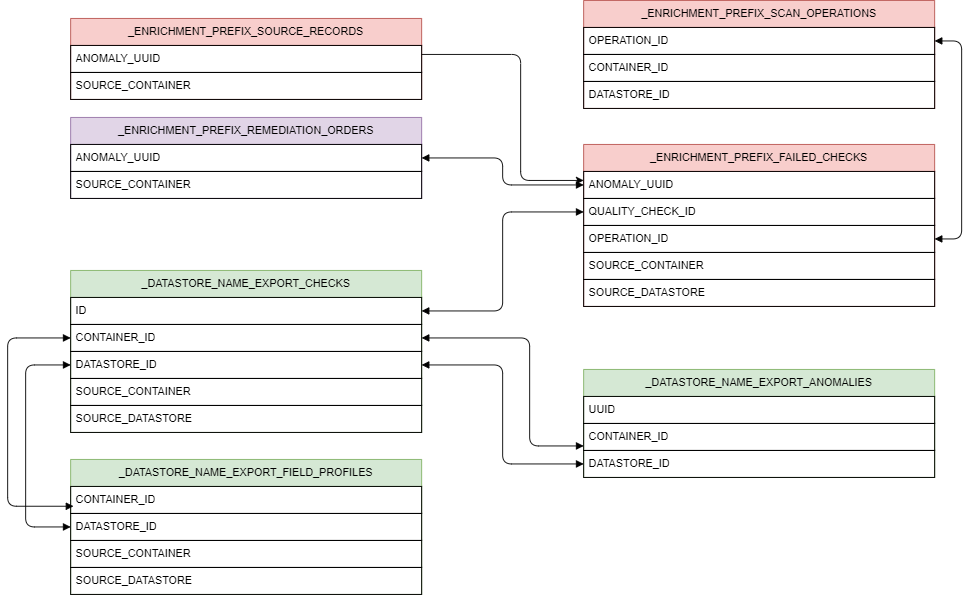
The draw.io diagram docs/assets/enrichment/diagram-light.png in Qualytics/userguide, before a commit. Source tidied: cells renumbered, new cells last; positions are measured from the earlier drawing's top-left corner, leaving out a move shared by most shapes. The source it was exported from:
```xml
<mxGraphModel>
  <root>
    <mxCell id="0" />
    <mxCell id="1" parent="0" />
    <mxCell id="2" value="_DATASTORE_NAME_EXPORT_CHECKS" style="swimlane;fontStyle=0;horizontal=1;startSize=30;swimlaneLine=1;fillColor=#d5e8d4;whiteSpace=wrap;html=1;swimlaneHead=1;strokeColor=#82b366;" parent="1" vertex="1">
      <mxGeometry x="70" y="300" width="390" height="180" as="geometry" />
    </mxCell>
    <mxCell id="3" value="ID" style="text;strokeColor=default;fillColor=none;align=left;verticalAlign=middle;spacingLeft=4;spacingRight=4;overflow=hidden;points=[[0,0.5],[1,0.5]];portConstraint=eastwest;whiteSpace=wrap;html=1;" parent="2" vertex="1">
      <mxGeometry y="30" width="390" height="30" as="geometry" />
    </mxCell>
    <mxCell id="4" value="CONTAINER_ID" style="text;strokeColor=default;fillColor=none;align=left;verticalAlign=middle;spacingLeft=4;spacingRight=4;overflow=hidden;points=[[0,0.5],[1,0.5]];portConstraint=eastwest;whiteSpace=wrap;html=1;" parent="2" vertex="1">
      <mxGeometry y="60" width="390" height="30" as="geometry" />
    </mxCell>
    <mxCell id="5" value="DATASTORE_ID" style="text;strokeColor=default;fillColor=none;align=left;verticalAlign=middle;spacingLeft=4;spacingRight=4;overflow=hidden;points=[[0,0.5],[1,0.5]];portConstraint=eastwest;whiteSpace=wrap;html=1;" parent="2" vertex="1">
      <mxGeometry y="90" width="390" height="30" as="geometry" />
    </mxCell>
    <mxCell id="6" value="SOURCE_CONTAINER" style="text;strokeColor=default;fillColor=none;align=left;verticalAlign=middle;spacingLeft=4;spacingRight=4;overflow=hidden;points=[[0,0.5],[1,0.5]];portConstraint=eastwest;whiteSpace=wrap;html=1;" parent="2" vertex="1">
      <mxGeometry y="120" width="390" height="30" as="geometry" />
    </mxCell>
    <mxCell id="7" value="SOURCE_DATASTORE" style="text;strokeColor=default;fillColor=none;align=left;verticalAlign=middle;spacingLeft=4;spacingRight=4;overflow=hidden;whiteSpace=wrap;html=1;" parent="2" vertex="1">
      <mxGeometry y="150" width="390" height="30" as="geometry" />
    </mxCell>
    <mxCell id="8" value="_DATASTORE_NAME_EXPORT_FIELD_PROFILES" style="swimlane;fontStyle=0;horizontal=1;startSize=30;swimlaneLine=1;fillColor=#d5e8d4;whiteSpace=wrap;html=1;swimlaneHead=1;strokeColor=#82b366;" parent="1" vertex="1">
      <mxGeometry x="70" y="510" width="390" height="150" as="geometry" />
    </mxCell>
    <mxCell id="9" value="CONTAINER_ID" style="text;strokeColor=default;fillColor=none;align=left;verticalAlign=middle;spacingLeft=4;spacingRight=4;overflow=hidden;points=[[0,0.5],[1,0.5]];portConstraint=eastwest;whiteSpace=wrap;html=1;" parent="8" vertex="1">
      <mxGeometry y="30" width="390" height="30" as="geometry" />
    </mxCell>
    <mxCell id="10" value="DATASTORE_ID" style="text;strokeColor=default;fillColor=none;align=left;verticalAlign=middle;spacingLeft=4;spacingRight=4;overflow=hidden;points=[[0,0.5],[1,0.5]];portConstraint=eastwest;whiteSpace=wrap;html=1;" parent="8" vertex="1">
      <mxGeometry y="60" width="390" height="30" as="geometry" />
    </mxCell>
    <mxCell id="11" value="SOURCE_CONTAINER" style="text;strokeColor=default;fillColor=none;align=left;verticalAlign=middle;spacingLeft=4;spacingRight=4;overflow=hidden;whiteSpace=wrap;html=1;" parent="8" vertex="1">
      <mxGeometry y="90" width="390" height="30" as="geometry" />
    </mxCell>
    <mxCell id="12" value="SOURCE_DATASTORE" style="text;strokeColor=default;fillColor=none;align=left;verticalAlign=middle;spacingLeft=4;spacingRight=4;overflow=hidden;whiteSpace=wrap;html=1;" parent="8" vertex="1">
      <mxGeometry y="120" width="390" height="30" as="geometry" />
    </mxCell>
    <mxCell id="13" value="_DATASTORE_NAME_EXPORT_ANOMALIES" style="swimlane;fontStyle=0;horizontal=1;startSize=30;swimlaneLine=1;fillColor=#d5e8d4;whiteSpace=wrap;html=1;swimlaneHead=1;strokeColor=#82b366;" parent="1" vertex="1">
      <mxGeometry x="640" y="410" width="390" height="120" as="geometry" />
    </mxCell>
    <mxCell id="14" value="UUID" style="text;strokeColor=default;fillColor=none;align=left;verticalAlign=middle;spacingLeft=4;spacingRight=4;overflow=hidden;whiteSpace=wrap;html=1;" parent="13" vertex="1">
      <mxGeometry y="30" width="390" height="30" as="geometry" />
    </mxCell>
    <mxCell id="15" value="CONTAINER_ID" style="text;strokeColor=default;fillColor=none;align=left;verticalAlign=middle;spacingLeft=4;spacingRight=4;overflow=hidden;points=[[0,0.5],[1,0.5]];portConstraint=eastwest;whiteSpace=wrap;html=1;" parent="13" vertex="1">
      <mxGeometry y="60" width="390" height="30" as="geometry" />
    </mxCell>
    <mxCell id="16" value="DATASTORE_ID" style="text;strokeColor=default;fillColor=none;align=left;verticalAlign=middle;spacingLeft=4;spacingRight=4;overflow=hidden;points=[[0,0.5],[1,0.5]];portConstraint=eastwest;whiteSpace=wrap;html=1;" parent="13" vertex="1">
      <mxGeometry y="90" width="390" height="30" as="geometry" />
    </mxCell>
    <mxCell id="17" value="_ENRICHMENT_PREFIX_SOURCE_RECORDS" style="swimlane;fontStyle=0;horizontal=1;startSize=30;swimlaneLine=1;fillColor=#f8cecc;whiteSpace=wrap;html=1;swimlaneHead=1;strokeColor=#b85450;" parent="1" vertex="1">
      <mxGeometry x="70" y="20" width="390" height="90" as="geometry" />
    </mxCell>
    <mxCell id="18" value="ANOMALY_UUID" style="text;strokeColor=default;fillColor=none;align=left;verticalAlign=middle;spacingLeft=4;spacingRight=4;overflow=hidden;whiteSpace=wrap;html=1;" parent="17" vertex="1">
      <mxGeometry y="30" width="390" height="30" as="geometry" />
    </mxCell>
    <mxCell id="19" value="SOURCE_CONTAINER" style="text;strokeColor=default;fillColor=none;align=left;verticalAlign=middle;spacingLeft=4;spacingRight=4;overflow=hidden;whiteSpace=wrap;html=1;" parent="17" vertex="1">
      <mxGeometry y="60" width="390" height="30" as="geometry" />
    </mxCell>
    <mxCell id="20" value="_ENRICHMENT_PREFIX_REMEDIATION_ORDERS" style="swimlane;fontStyle=0;horizontal=1;startSize=30;swimlaneLine=1;fillColor=#e1d5e7;whiteSpace=wrap;html=1;swimlaneHead=1;strokeColor=#9673a6;" parent="1" vertex="1">
      <mxGeometry x="70" y="130" width="390" height="90" as="geometry" />
    </mxCell>
    <mxCell id="21" value="ANOMALY_UUID" style="text;strokeColor=default;fillColor=none;align=left;verticalAlign=middle;spacingLeft=4;spacingRight=4;overflow=hidden;points=[[0,0.5],[1,0.5]];portConstraint=eastwest;whiteSpace=wrap;html=1;" parent="20" vertex="1">
      <mxGeometry y="30" width="390" height="30" as="geometry" />
    </mxCell>
    <mxCell id="22" value="SOURCE_CONTAINER" style="text;strokeColor=default;fillColor=none;align=left;verticalAlign=middle;spacingLeft=4;spacingRight=4;overflow=hidden;whiteSpace=wrap;html=1;" parent="20" vertex="1">
      <mxGeometry y="60" width="390" height="30" as="geometry" />
    </mxCell>
    <mxCell id="23" value="_ENRICHMENT_PREFIX_FAILED_CHECKS" style="swimlane;fontStyle=0;horizontal=1;startSize=30;swimlaneLine=1;fillColor=#f8cecc;whiteSpace=wrap;html=1;swimlaneHead=1;strokeColor=#b85450;" parent="1" vertex="1">
      <mxGeometry x="640" y="160" width="390" height="180" as="geometry" />
    </mxCell>
    <mxCell id="24" value="ANOMALY_UUID" style="text;strokeColor=default;fillColor=none;align=left;verticalAlign=middle;spacingLeft=4;spacingRight=4;overflow=hidden;points=[[0,0.5],[1,0.5]];portConstraint=eastwest;whiteSpace=wrap;html=1;" parent="23" vertex="1">
      <mxGeometry y="30" width="390" height="30" as="geometry" />
    </mxCell>
    <mxCell id="25" value="QUALITY_CHECK_ID" style="text;strokeColor=default;fillColor=none;align=left;verticalAlign=middle;spacingLeft=4;spacingRight=4;overflow=hidden;points=[[0,0.5],[1,0.5]];portConstraint=eastwest;whiteSpace=wrap;html=1;" parent="23" vertex="1">
      <mxGeometry y="60" width="390" height="30" as="geometry" />
    </mxCell>
    <mxCell id="26" value="OPERATION_ID" style="text;strokeColor=default;fillColor=none;align=left;verticalAlign=middle;spacingLeft=4;spacingRight=4;overflow=hidden;points=[[0,0.5],[1,0.5]];portConstraint=eastwest;whiteSpace=wrap;html=1;" parent="23" vertex="1">
      <mxGeometry y="90" width="390" height="30" as="geometry" />
    </mxCell>
    <mxCell id="27" value="SOURCE_CONTAINER" style="text;strokeColor=default;fillColor=none;align=left;verticalAlign=middle;spacingLeft=4;spacingRight=4;overflow=hidden;whiteSpace=wrap;html=1;" parent="23" vertex="1">
      <mxGeometry y="120" width="390" height="30" as="geometry" />
    </mxCell>
    <mxCell id="28" value="SOURCE_DATASTORE" style="text;strokeColor=default;fillColor=none;align=left;verticalAlign=middle;spacingLeft=4;spacingRight=4;overflow=hidden;whiteSpace=wrap;html=1;" parent="23" vertex="1">
      <mxGeometry y="150" width="390" height="30" as="geometry" />
    </mxCell>
    <mxCell id="29" style="edgeStyle=orthogonalEdgeStyle;rounded=1;jettySize=auto;html=1;entryX=0.008;entryY=0.733;entryDx=0;entryDy=0;entryPerimeter=0;startArrow=block;startFill=1;endArrow=block;endFill=1;" parent="1" edge="1" source="4" target="9">
      <mxGeometry relative="1" as="geometry">
        <Array as="points">
          <mxPoint y="375" />
          <mxPoint y="562" />
        </Array>
      </mxGeometry>
    </mxCell>
    <mxCell id="30" style="edgeStyle=orthogonalEdgeStyle;rounded=1;jettySize=auto;html=1;entryX=0;entryY=0.5;entryDx=0;entryDy=0;startArrow=block;startFill=1;endArrow=block;endFill=1;" parent="1" edge="1" source="5" target="10">
      <mxGeometry relative="1" as="geometry">
        <Array as="points">
          <mxPoint x="20" y="405" />
          <mxPoint x="20" y="585" />
        </Array>
      </mxGeometry>
    </mxCell>
    <mxCell id="31" style="edgeStyle=orthogonalEdgeStyle;rounded=1;jettySize=auto;html=1;entryX=1;entryY=0.5;entryDx=0;entryDy=0;startArrow=block;startFill=1;endArrow=block;endFill=1;" parent="1" edge="1" source="15" target="4">
      <mxGeometry relative="1" as="geometry">
        <Array as="points">
          <mxPoint x="580" y="495" />
          <mxPoint x="580" y="375" />
        </Array>
      </mxGeometry>
    </mxCell>
    <mxCell id="32" style="edgeStyle=orthogonalEdgeStyle;rounded=1;jettySize=auto;html=1;entryX=1;entryY=0.5;entryDx=0;entryDy=0;startArrow=block;startFill=1;endArrow=block;endFill=1;" parent="1" edge="1" source="16" target="5">
      <mxGeometry relative="1" as="geometry" />
    </mxCell>
    <mxCell id="33" value="_ENRICHMENT_PREFIX_SCAN_OPERATIONS" style="swimlane;fontStyle=0;horizontal=1;startSize=30;swimlaneLine=1;fillColor=#f8cecc;whiteSpace=wrap;html=1;swimlaneHead=1;strokeColor=#b85450;" parent="1" vertex="1">
      <mxGeometry x="640" width="390" height="120" as="geometry" />
    </mxCell>
    <mxCell id="34" value="OPERATION_ID" style="text;strokeColor=default;fillColor=none;align=left;verticalAlign=middle;spacingLeft=4;spacingRight=4;overflow=hidden;points=[[0,0.5],[1,0.5]];portConstraint=eastwest;whiteSpace=wrap;html=1;" parent="33" vertex="1">
      <mxGeometry y="30" width="390" height="30" as="geometry" />
    </mxCell>
    <mxCell id="35" value="CONTAINER_ID" style="text;strokeColor=default;fillColor=none;align=left;verticalAlign=middle;spacingLeft=4;spacingRight=4;overflow=hidden;whiteSpace=wrap;html=1;" parent="33" vertex="1">
      <mxGeometry y="60" width="390" height="30" as="geometry" />
    </mxCell>
    <mxCell id="36" value="DATASTORE_ID" style="text;strokeColor=default;fillColor=none;align=left;verticalAlign=middle;spacingLeft=4;spacingRight=4;overflow=hidden;whiteSpace=wrap;html=1;" parent="33" vertex="1">
      <mxGeometry y="90" width="390" height="30" as="geometry" />
    </mxCell>
    <mxCell id="37" style="edgeStyle=orthogonalEdgeStyle;rounded=1;jettySize=auto;html=1;entryX=1;entryY=0.5;entryDx=0;entryDy=0;startArrow=block;startFill=1;endArrow=block;endFill=1;" parent="1" edge="1" source="34" target="26">
      <mxGeometry relative="1" as="geometry">
        <Array as="points">
          <mxPoint x="1060" y="45" />
          <mxPoint x="1060" y="265" />
        </Array>
      </mxGeometry>
    </mxCell>
    <mxCell id="38" style="edgeStyle=orthogonalEdgeStyle;rounded=1;jettySize=auto;html=1;entryX=0;entryY=0.5;entryDx=0;entryDy=0;startArrow=block;startFill=1;endArrow=block;endFill=1;" parent="1" edge="1" source="3" target="25">
      <mxGeometry relative="1" as="geometry" />
    </mxCell>
    <mxCell id="39" style="edgeStyle=orthogonalEdgeStyle;rounded=1;jettySize=auto;html=1;entryX=0;entryY=0.5;entryDx=0;entryDy=0;startArrow=block;startFill=1;endArrow=block;endFill=1;" parent="1" edge="1" source="21" target="24">
      <mxGeometry relative="1" as="geometry" />
    </mxCell>
    <mxCell id="40" style="edgeStyle=orthogonalEdgeStyle;rounded=1;orthogonalLoop=1;jettySize=auto;html=1;" parent="1" edge="1">
      <mxGeometry relative="1" as="geometry">
        <mxPoint x="460" y="60" as="sourcePoint" />
        <mxPoint x="640" y="200" as="targetPoint" />
        <Array as="points">
          <mxPoint x="570" y="60" />
          <mxPoint x="570" y="200" />
        </Array>
      </mxGeometry>
    </mxCell>
  </root>
</mxGraphModel>
```
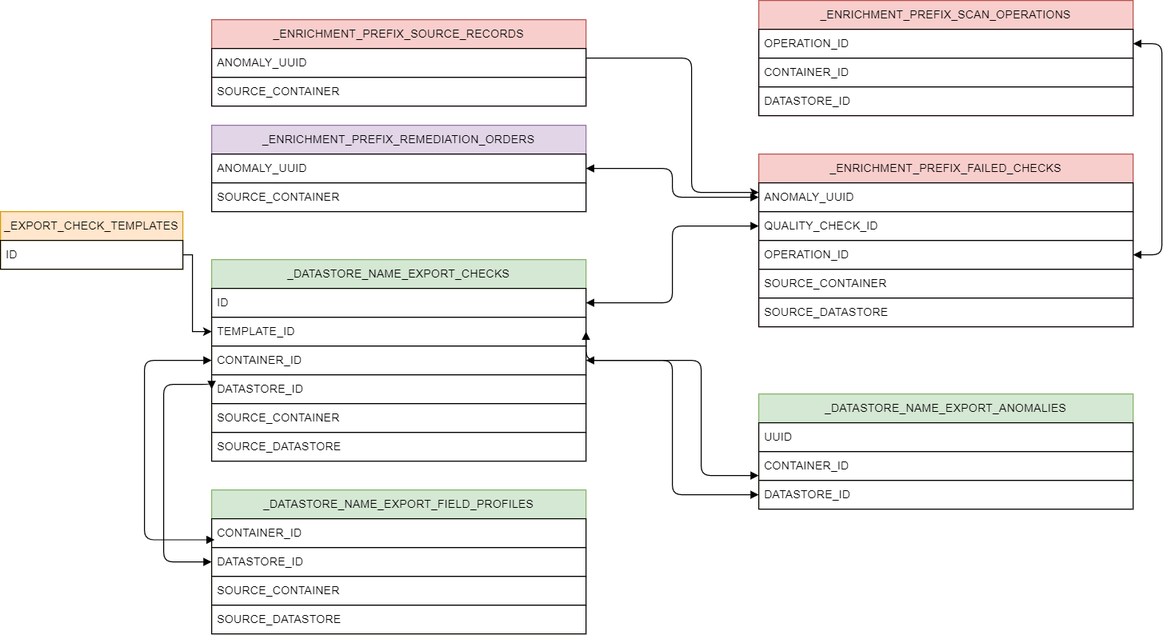
The same file after the commit.

Commit message:
Added new table for export check templates

The edit, as a diff of the source:
```diff
@@ -3,23 +3,26 @@
     <mxCell id="0" />
     <mxCell id="1" parent="0" />
     <mxCell id="2" value="_DATASTORE_NAME_EXPORT_CHECKS" style="swimlane;fontStyle=0;horizontal=1;startSize=30;swimlaneLine=1;fillColor=#d5e8d4;whiteSpace=wrap;html=1;swimlaneHead=1;strokeColor=#82b366;" parent="1" vertex="1">
-      <mxGeometry x="70" y="300" width="390" height="180" as="geometry" />
+      <mxGeometry x="70" y="270" width="390" height="210" as="geometry" />
     </mxCell>
     <mxCell id="3" value="ID" style="text;strokeColor=default;fillColor=none;align=left;verticalAlign=middle;spacingLeft=4;spacingRight=4;overflow=hidden;points=[[0,0.5],[1,0.5]];portConstraint=eastwest;whiteSpace=wrap;html=1;" parent="2" vertex="1">
       <mxGeometry y="30" width="390" height="30" as="geometry" />
     </mxCell>
-    <mxCell id="4" value="CONTAINER_ID" style="text;strokeColor=default;fillColor=none;align=left;verticalAlign=middle;spacingLeft=4;spacingRight=4;overflow=hidden;points=[[0,0.5],[1,0.5]];portConstraint=eastwest;whiteSpace=wrap;html=1;" parent="2" vertex="1">
+    <mxCell id="4" value="TEMPLATE_ID" style="text;strokeColor=default;fillColor=none;align=left;verticalAlign=middle;spacingLeft=4;spacingRight=4;overflow=hidden;points=[[0,0.5],[1,0.5]];portConstraint=eastwest;whiteSpace=wrap;html=1;" parent="2" vertex="1">
       <mxGeometry y="60" width="390" height="30" as="geometry" />
     </mxCell>
-    <mxCell id="5" value="DATASTORE_ID" style="text;strokeColor=default;fillColor=none;align=left;verticalAlign=middle;spacingLeft=4;spacingRight=4;overflow=hidden;points=[[0,0.5],[1,0.5]];portConstraint=eastwest;whiteSpace=wrap;html=1;" parent="2" vertex="1">
+    <mxCell id="5" value="CONTAINER_ID" style="text;strokeColor=default;fillColor=none;align=left;verticalAlign=middle;spacingLeft=4;spacingRight=4;overflow=hidden;points=[[0,0.5],[1,0.5]];portConstraint=eastwest;whiteSpace=wrap;html=1;" parent="2" vertex="1">
       <mxGeometry y="90" width="390" height="30" as="geometry" />
     </mxCell>
-    <mxCell id="6" value="SOURCE_CONTAINER" style="text;strokeColor=default;fillColor=none;align=left;verticalAlign=middle;spacingLeft=4;spacingRight=4;overflow=hidden;points=[[0,0.5],[1,0.5]];portConstraint=eastwest;whiteSpace=wrap;html=1;" parent="2" vertex="1">
+    <mxCell id="6" value="DATASTORE_ID" style="text;strokeColor=default;fillColor=none;align=left;verticalAlign=middle;spacingLeft=4;spacingRight=4;overflow=hidden;points=[[0,0.5],[1,0.5]];portConstraint=eastwest;whiteSpace=wrap;html=1;" parent="2" vertex="1">
       <mxGeometry y="120" width="390" height="30" as="geometry" />
     </mxCell>
-    <mxCell id="7" value="SOURCE_DATASTORE" style="text;strokeColor=default;fillColor=none;align=left;verticalAlign=middle;spacingLeft=4;spacingRight=4;overflow=hidden;whiteSpace=wrap;html=1;" parent="2" vertex="1">
+    <mxCell id="7" value="SOURCE_CONTAINER" style="text;strokeColor=default;fillColor=none;align=left;verticalAlign=middle;spacingLeft=4;spacingRight=4;overflow=hidden;whiteSpace=wrap;html=1;" parent="2" vertex="1">
       <mxGeometry y="150" width="390" height="30" as="geometry" />
     </mxCell>
+    <mxCell id="41" value="SOURCE_DATASTORE" style="text;strokeColor=default;fillColor=none;align=left;verticalAlign=middle;spacingLeft=4;spacingRight=4;overflow=hidden;whiteSpace=wrap;html=1;" parent="2" vertex="1">
+      <mxGeometry y="180" width="390" height="30" as="geometry" />
+    </mxCell>
     <mxCell id="8" value="_DATASTORE_NAME_EXPORT_FIELD_PROFILES" style="swimlane;fontStyle=0;horizontal=1;startSize=30;swimlaneLine=1;fillColor=#d5e8d4;whiteSpace=wrap;html=1;swimlaneHead=1;strokeColor=#82b366;" parent="1" vertex="1">
       <mxGeometry x="70" y="510" width="390" height="150" as="geometry" />
     </mxCell>
@@ -83,7 +86,7 @@
     <mxCell id="28" value="SOURCE_DATASTORE" style="text;strokeColor=default;fillColor=none;align=left;verticalAlign=middle;spacingLeft=4;spacingRight=4;overflow=hidden;whiteSpace=wrap;html=1;" parent="23" vertex="1">
       <mxGeometry y="150" width="390" height="30" as="geometry" />
     </mxCell>
-    <mxCell id="29" style="edgeStyle=orthogonalEdgeStyle;rounded=1;jettySize=auto;html=1;entryX=0.008;entryY=0.733;entryDx=0;entryDy=0;entryPerimeter=0;startArrow=block;startFill=1;endArrow=block;endFill=1;" parent="1" edge="1" source="4" target="9">
+    <mxCell id="29" style="edgeStyle=orthogonalEdgeStyle;rounded=1;jettySize=auto;html=1;entryX=0.008;entryY=0.733;entryDx=0;entryDy=0;entryPerimeter=0;startArrow=block;startFill=1;endArrow=block;endFill=1;exitX=0;exitY=0.5;exitDx=0;exitDy=0;" parent="1" edge="1" source="5" target="9">
       <mxGeometry relative="1" as="geometry">
         <Array as="points">
           <mxPoint y="375" />
@@ -91,10 +94,11 @@
         </Array>
       </mxGeometry>
     </mxCell>
-    <mxCell id="30" style="edgeStyle=orthogonalEdgeStyle;rounded=1;jettySize=auto;html=1;entryX=0;entryY=0.5;entryDx=0;entryDy=0;startArrow=block;startFill=1;endArrow=block;endFill=1;" parent="1" edge="1" source="5" target="10">
+    <mxCell id="30" style="edgeStyle=orthogonalEdgeStyle;rounded=1;jettySize=auto;html=1;entryX=0;entryY=0.5;entryDx=0;entryDy=0;startArrow=block;startFill=1;endArrow=block;endFill=1;exitX=0;exitY=0.5;exitDx=0;exitDy=0;" parent="1" edge="1" source="6" target="10">
       <mxGeometry relative="1" as="geometry">
         <Array as="points">
-          <mxPoint x="20" y="405" />
+          <mxPoint x="70" y="400" />
+          <mxPoint x="20" y="400" />
           <mxPoint x="20" y="585" />
         </Array>
       </mxGeometry>
@@ -146,5 +150,19 @@
         </Array>
       </mxGeometry>
     </mxCell>
+    <mxCell id="42" value="_EXPORT_CHECK_TEMPLATES" style="swimlane;fontStyle=0;horizontal=1;startSize=30;swimlaneLine=1;fillColor=#ffe6cc;whiteSpace=wrap;html=1;swimlaneHead=1;strokeColor=#d79b00;" parent="1" vertex="1">
+      <mxGeometry x="-150" y="220" width="190" height="60" as="geometry" />
+    </mxCell>
+    <mxCell id="43" value="ID" style="text;strokeColor=default;fillColor=none;align=left;verticalAlign=middle;spacingLeft=4;spacingRight=4;overflow=hidden;points=[[0,0.5],[1,0.5]];portConstraint=eastwest;whiteSpace=wrap;html=1;" parent="42" vertex="1">
+      <mxGeometry y="30" width="190" height="30" as="geometry" />
+    </mxCell>
+    <mxCell id="44" style="edgeStyle=orthogonalEdgeStyle;rounded=0;jettySize=auto;html=1;exitX=1;exitY=0.5;exitDx=0;exitDy=0;entryX=0;entryY=0.5;entryDx=0;entryDy=0;" parent="1" edge="1" source="43" target="4">
+      <mxGeometry relative="1" as="geometry">
+        <Array as="points">
+          <mxPoint x="50" y="265" />
+          <mxPoint x="50" y="345" />
+        </Array>
+      </mxGeometry>
+    </mxCell>
   </root>
 </mxGraphModel>
```
